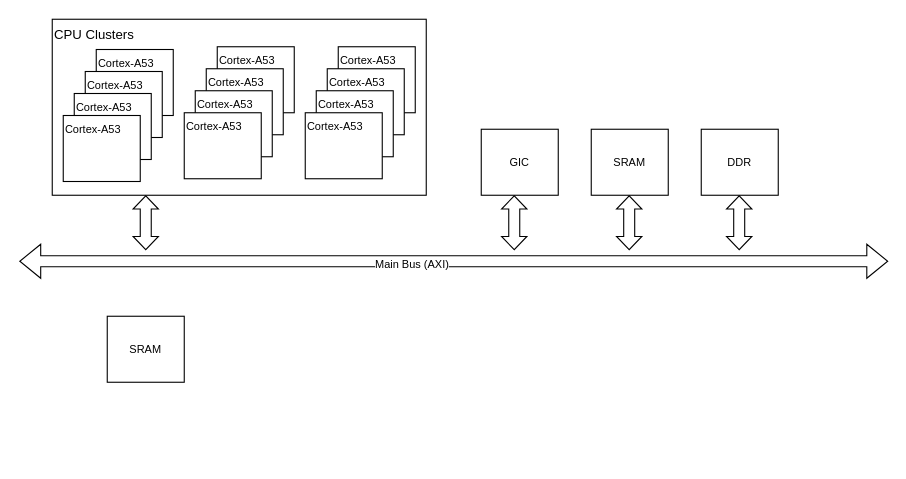
This is QEMU/QEMU-ARCH.drawio from youtubezou/A-thinking-in-linux, a draw.io file, before an edit. Source tidied: cells renumbered, new cells numbered last; positions are measured from the earlier drawing's top-left corner, leaving out a move shared by most shapes. Both pictures are drawn from the tidied source at 110%, with x=0, y=0 at pixel (19, 19).
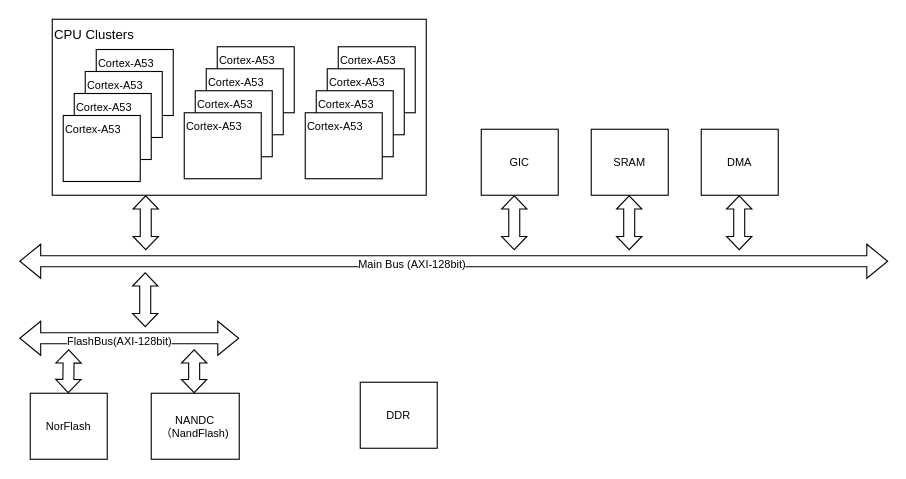
The same page after the edit.

The change refers to these unchanged cells:
```xml
<mxCell id="16" style="shape=flexArrow;endArrow=classic;startArrow=classic;html=1;rounded=0;fontSize=10;" parent="1" edge="1">
  <mxGeometry relative="1" as="geometry">
    <mxPoint y="220" as="sourcePoint" />
    <mxPoint x="790" y="220" as="targetPoint" />
  </mxGeometry>
</mxCell>
```

What changed in the source:
```diff
@@
-    <mxCell id="17" value="Main Bus (AXI)" style="edgeLabel;html=1;align=center;verticalAlign=middle;fontSize=10;" parent="16" vertex="1">
+    <mxCell id="17" value="Main Bus (AXI-128bit)" style="edgeLabel;html=1;align=center;verticalAlign=middle;fontSize=10;" parent="16" vertex="1">
       <mxGeometry x="-0.1" y="-2" relative="1" as="geometry" />
     </mxCell>
@@
-    <mxCell id="22" value="SRAM" style="rounded=0;whiteSpace=wrap;html=1;fontSize=10;" parent="1" vertex="1">
-      <mxGeometry x="80" y="270" width="70" height="60" as="geometry" />
+    <mxCell id="22" value="NorFlash" style="rounded=0;whiteSpace=wrap;html=1;fontSize=10;" parent="1" vertex="1">
+      <mxGeometry x="10" y="340" width="70" height="60" as="geometry" />
     </mxCell>
     <mxCell id="23" value="DDR" style="rounded=0;whiteSpace=wrap;html=1;fontSize=10;" parent="1" vertex="1">
-      <mxGeometry x="620" y="100" width="70" height="60" as="geometry" />
+      <mxGeometry x="310" y="330" width="70" height="60" as="geometry" />
     </mxCell>
@@
+    <mxCell id="25" style="shape=flexArrow;endArrow=classic;startArrow=classic;html=1;rounded=0;fontSize=10;entryX=0.25;entryY=1;entryDx=0;entryDy=0;startWidth=12;startSize=3.67;endWidth=12;endSize=3.67;" parent="1" edge="1">
+      <mxGeometry relative="1" as="geometry">
+        <mxPoint x="114.5" y="280" as="sourcePoint" />
+        <mxPoint x="114.5" y="230" as="targetPoint" />
+      </mxGeometry>
+    </mxCell>
+    <mxCell id="26" style="shape=flexArrow;endArrow=classic;startArrow=classic;html=1;rounded=0;fontSize=10;" parent="1" edge="1">
+      <mxGeometry relative="1" as="geometry">
+        <mxPoint y="290" as="sourcePoint" />
+        <mxPoint x="200" y="290" as="targetPoint" />
+      </mxGeometry>
+    </mxCell>
+    <mxCell id="27" value="FlashBus(AXI-128bit)" style="edgeLabel;html=1;align=center;verticalAlign=middle;fontSize=10;" parent="26" vertex="1">
+      <mxGeometry x="-0.1" y="-2" relative="1" as="geometry" />
+    </mxCell>
+    <mxCell id="28" value="NANDC&lt;br&gt;（NandFlash)" style="rounded=0;whiteSpace=wrap;html=1;fontSize=10;" parent="1" vertex="1">
+      <mxGeometry x="120" y="340" width="80" height="60" as="geometry" />
+    </mxCell>
+    <mxCell id="29" style="shape=flexArrow;endArrow=classic;startArrow=classic;html=1;rounded=0;fontSize=10;startWidth=12;startSize=3.67;endWidth=12;endSize=3.67;" parent="1" edge="1">
+      <mxGeometry relative="1" as="geometry">
+        <mxPoint x="44.5" y="340" as="sourcePoint" />
+        <mxPoint x="45" y="300" as="targetPoint" />
+      </mxGeometry>
+    </mxCell>
+    <mxCell id="30" style="shape=flexArrow;endArrow=classic;startArrow=classic;html=1;rounded=0;fontSize=10;startWidth=12;startSize=3.67;endWidth=12;endSize=3.67;" parent="1" edge="1">
+      <mxGeometry relative="1" as="geometry">
+        <mxPoint x="159" y="340" as="sourcePoint" />
+        <mxPoint x="159" y="300" as="targetPoint" />
+      </mxGeometry>
+    </mxCell>
+    <mxCell id="31" value="DMA" style="rounded=0;whiteSpace=wrap;html=1;fontSize=10;" parent="1" vertex="1">
+      <mxGeometry x="620" y="100" width="70" height="60" as="geometry" />
+    </mxCell>
```
